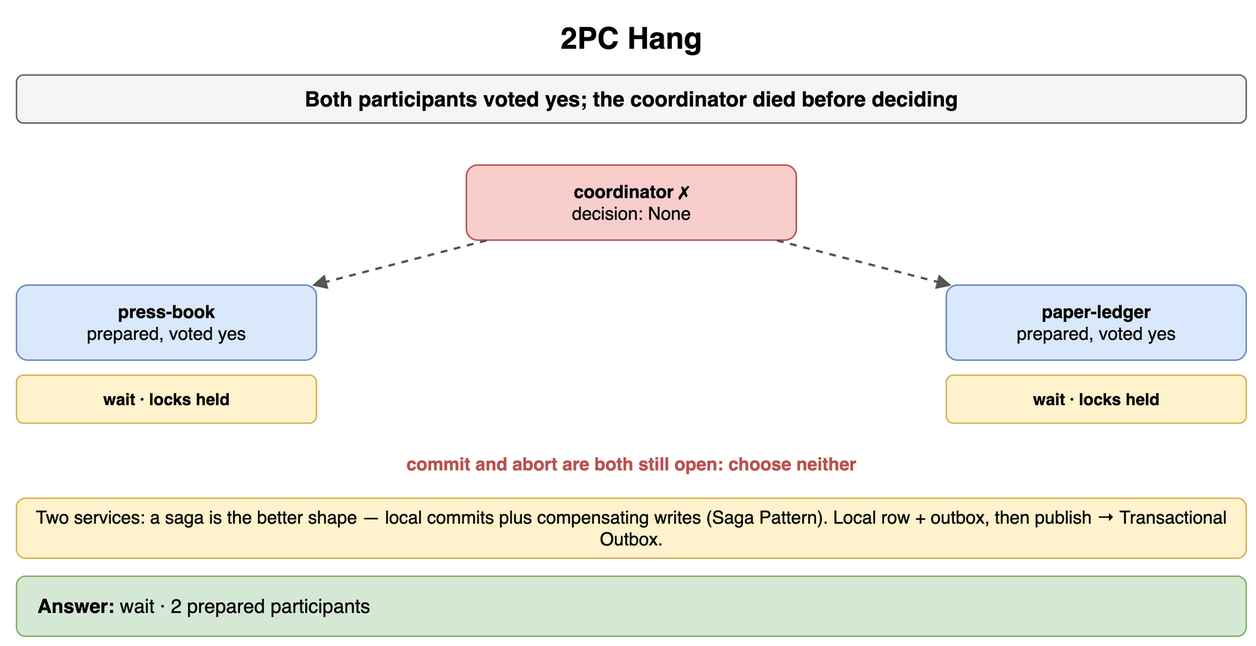
This is content/09_System_Design_Interview/16_Transactions_and_Concurrency_Control/diagrams/transactions-drills-5-2pc-hang.png from amendez13/swe-study-guide, a draw.io export, as it was before one commit. Source tidied: cells renumbered, new cells last; positions are measured from the earlier drawing's top-left corner, leaving out a move shared by most shapes.
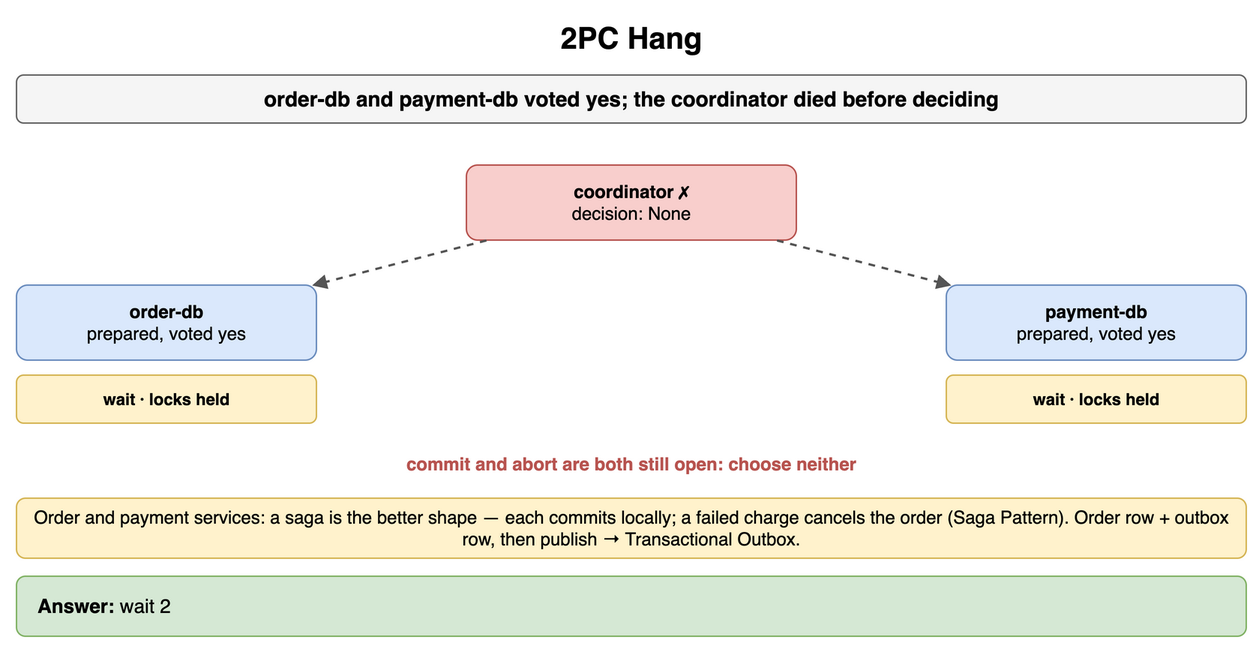
The same diagram one commit later.

Change to the diagram source:
```diff
@@ -5,13 +5,13 @@
     <mxCell id="2" value="2PC Hang" style="text;html=1;align=center;verticalAlign=middle;whiteSpace=wrap;fontSize=20;fontStyle=1;" parent="1" vertex="1">
       <mxGeometry width="820" height="30" as="geometry" />
     </mxCell>
-    <mxCell id="3" value="Both participants voted yes; the coordinator died before deciding" style="rounded=1;whiteSpace=wrap;html=1;fillColor=#f5f5f5;strokeColor=#666666;fontStyle=1;fontSize=14;" parent="1" vertex="1">
+    <mxCell id="3" value="order-db and payment-db voted yes; the coordinator died before deciding" style="rounded=1;whiteSpace=wrap;html=1;fillColor=#f5f5f5;strokeColor=#666666;fontStyle=1;fontSize=14;" parent="1" vertex="1">
       <mxGeometry y="40" width="820" height="32" as="geometry" />
     </mxCell>
     <mxCell id="4" value="coordinator ✗&lt;br&gt;&lt;span style='font-weight:normal'&gt;decision: None&lt;/span&gt;" style="rounded=1;whiteSpace=wrap;html=1;fillColor=#f8cecc;strokeColor=#b85450;fontSize=12;align=center;fontStyle=1;" parent="1" vertex="1">
       <mxGeometry x="300" y="100" width="220" height="50" as="geometry" />
     </mxCell>
-    <mxCell id="5" value="press-book&lt;br&gt;&lt;span style='font-weight:normal'&gt;prepared, voted yes&lt;/span&gt;" style="rounded=1;whiteSpace=wrap;html=1;fillColor=#dae8fc;strokeColor=#6c8ebf;fontSize=12;align=center;fontStyle=1;" parent="1" vertex="1">
+    <mxCell id="5" value="order-db&lt;br&gt;&lt;span style='font-weight:normal'&gt;prepared, voted yes&lt;/span&gt;" style="rounded=1;whiteSpace=wrap;html=1;fillColor=#dae8fc;strokeColor=#6c8ebf;fontSize=12;align=center;fontStyle=1;" parent="1" vertex="1">
       <mxGeometry y="180" width="200" height="50" as="geometry" />
     </mxCell>
     <mxCell id="6" style="endArrow=block;endSize=6;html=1;strokeWidth=1.5;strokeColor=#555555;fontSize=11;labelBackgroundColor=#ffffff;dashed=1;" parent="1" edge="1" source="4" target="5">
@@ -20,7 +20,7 @@
     <mxCell id="7" value="wait · locks held" style="rounded=1;whiteSpace=wrap;html=1;fillColor=#fff2cc;strokeColor=#d6b656;fontSize=11;align=center;fontStyle=1;" parent="1" vertex="1">
       <mxGeometry y="240" width="200" height="32" as="geometry" />
     </mxCell>
-    <mxCell id="8" value="paper-ledger&lt;br&gt;&lt;span style='font-weight:normal'&gt;prepared, voted yes&lt;/span&gt;" style="rounded=1;whiteSpace=wrap;html=1;fillColor=#dae8fc;strokeColor=#6c8ebf;fontSize=12;align=center;fontStyle=1;" parent="1" vertex="1">
+    <mxCell id="8" value="payment-db&lt;br&gt;&lt;span style='font-weight:normal'&gt;prepared, voted yes&lt;/span&gt;" style="rounded=1;whiteSpace=wrap;html=1;fillColor=#dae8fc;strokeColor=#6c8ebf;fontSize=12;align=center;fontStyle=1;" parent="1" vertex="1">
       <mxGeometry x="620" y="180" width="200" height="50" as="geometry" />
     </mxCell>
     <mxCell id="9" style="endArrow=block;endSize=6;html=1;strokeWidth=1.5;strokeColor=#555555;fontSize=11;labelBackgroundColor=#ffffff;dashed=1;" parent="1" edge="1" source="4" target="8">
@@ -32,10 +32,10 @@
     <mxCell id="11" value="commit and abort are both still open: choose neither" style="text;html=1;whiteSpace=wrap;fontSize=11;align=center;verticalAlign=middle;fontSize=12;fontColor=#b85450;fontStyle=1;" parent="1" vertex="1">
       <mxGeometry x="200" y="290" width="420" height="18" as="geometry" />
     </mxCell>
-    <mxCell id="12" value="Two services: a saga is the better shape — local commits plus compensating writes (Saga Pattern). Local row + outbox, then publish → Transactional Outbox." style="rounded=1;whiteSpace=wrap;html=1;fillColor=#fff2cc;strokeColor=#d6b656;fontSize=12;align=center;" parent="1" vertex="1">
+    <mxCell id="12" value="Order and payment services: a saga is the better shape — each commits locally; a failed charge cancels the order (Saga Pattern). Order row + outbox row, then publish → Transactional Outbox." style="rounded=1;whiteSpace=wrap;html=1;fillColor=#fff2cc;strokeColor=#d6b656;fontSize=12;align=center;" parent="1" vertex="1">
       <mxGeometry y="322" width="820" height="40" as="geometry" />
     </mxCell>
-    <mxCell id="13" value="&lt;b&gt;Answer:&lt;/b&gt; wait · 2 prepared participants" style="rounded=1;whiteSpace=wrap;html=1;fillColor=#d5e8d4;strokeColor=#82b366;fontSize=13;align=left;spacingLeft=12;" parent="1" vertex="1">
+    <mxCell id="13" value="&lt;b&gt;Answer:&lt;/b&gt; wait 2" style="rounded=1;whiteSpace=wrap;html=1;fillColor=#d5e8d4;strokeColor=#82b366;fontSize=13;align=left;spacingLeft=12;" parent="1" vertex="1">
       <mxGeometry y="374" width="820" height="40" as="geometry" />
     </mxCell>
   </root>
```
